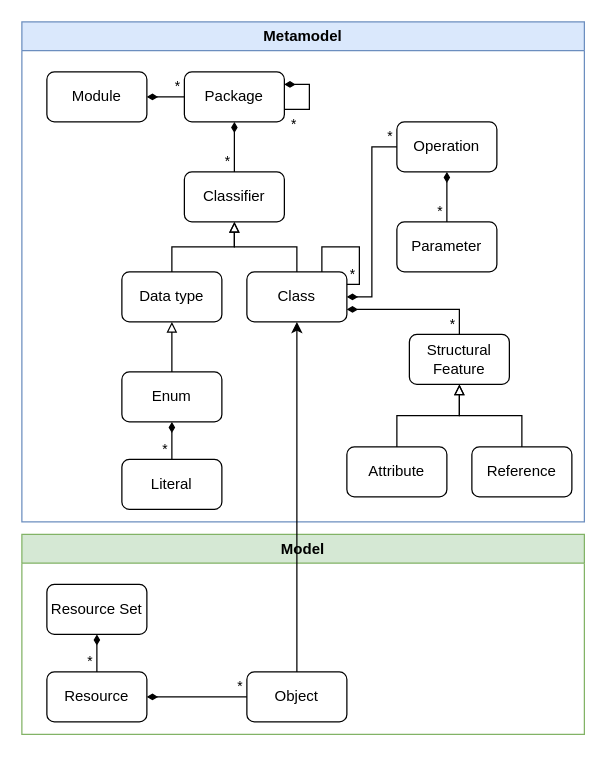
Nasdanika/nasdanika.github.io keeps this draw.io diagram as model/core/mapping/ecore.drawio. Above is the earlier version. Source tidied: cells renumbered, new cells numbered last; positions are measured from the earlier drawing's top-left corner, leaving out a move shared by most shapes. Both pictures are drawn from the tidied source at 125%, with x=0, y=0 at pixel (21, 21).
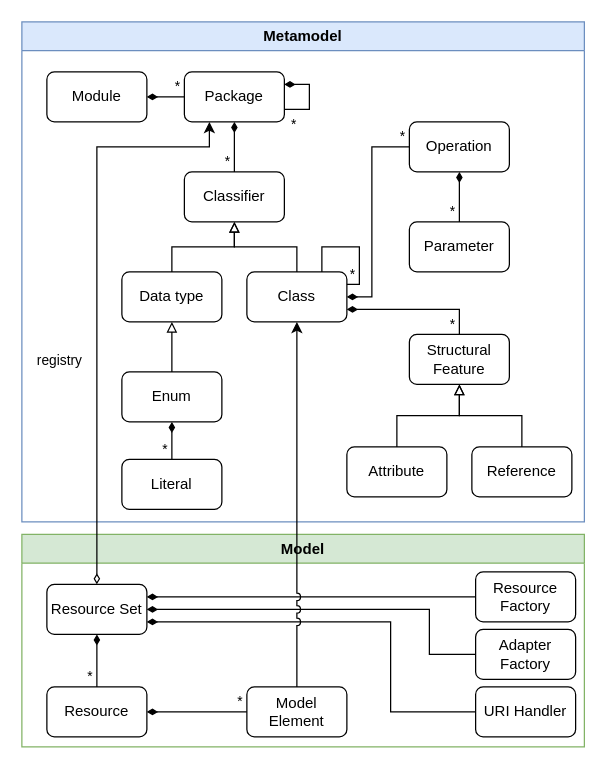
The same page after the edit.

Unchanged cells that the change refers to:
```xml
<mxCell id="2" value="Metamodel" style="swimlane;whiteSpace=wrap;html=1;fillColor=#dae8fc;strokeColor=#6c8ebf;" parent="1" vertex="1">
  <mxGeometry width="450" height="400" as="geometry" />
</mxCell>
<mxCell id="4" value="Package" style="rounded=1;whiteSpace=wrap;html=1;" parent="2" vertex="1">
  <mxGeometry x="130" y="40" width="80" height="40" as="geometry" />
</mxCell>
<mxCell id="6" value="Class" style="rounded=1;whiteSpace=wrap;html=1;" parent="2" vertex="1">
  <mxGeometry x="180" y="200" width="80" height="40" as="geometry" />
</mxCell>
<mxCell id="37" value="Resource Set" style="rounded=1;whiteSpace=wrap;html=1;" parent="36" vertex="1">
  <mxGeometry x="20" y="40" width="80" height="40" as="geometry" />
</mxCell>
```

The edit, as a diff of the source:
```diff
@@
     <mxCell id="28" value="Operation" style="rounded=1;whiteSpace=wrap;html=1;" parent="2" vertex="1">
-      <mxGeometry x="300" y="80" width="80" height="40" as="geometry" />
+      <mxGeometry x="310" y="80" width="80" height="40" as="geometry" />
     </mxCell>
@@
     <mxCell id="31" value="Parameter" style="rounded=1;whiteSpace=wrap;html=1;" parent="2" vertex="1">
-      <mxGeometry x="300" y="160" width="80" height="40" as="geometry" />
+      <mxGeometry x="310" y="160" width="80" height="40" as="geometry" />
     </mxCell>
@@
     <mxCell id="36" value="Model" style="swimlane;whiteSpace=wrap;html=1;fillColor=#d5e8d4;strokeColor=#82b366;" parent="1" vertex="1">
-      <mxGeometry y="410" width="450" height="160" as="geometry" />
+      <mxGeometry y="410" width="450" height="170" as="geometry" />
     </mxCell>
@@
     <mxCell id="38" value="Resource" style="rounded=1;whiteSpace=wrap;html=1;" parent="36" vertex="1">
-      <mxGeometry x="20" y="110" width="80" height="40" as="geometry" />
+      <mxGeometry x="20" y="122" width="80" height="40" as="geometry" />
     </mxCell>
-    <mxCell id="39" value="Object" style="rounded=1;whiteSpace=wrap;html=1;" parent="36" vertex="1">
-      <mxGeometry x="180" y="110" width="80" height="40" as="geometry" />
+    <mxCell id="39" value="Model Element" style="rounded=1;whiteSpace=wrap;html=1;" parent="36" vertex="1">
+      <mxGeometry x="180" y="122" width="80" height="40" as="geometry" />
     </mxCell>
@@
+    <mxCell id="45" value="Resource Factory" style="rounded=1;whiteSpace=wrap;html=1;" parent="36" vertex="1">
+      <mxGeometry x="363" y="30" width="80" height="40" as="geometry" />
+    </mxCell>
+    <mxCell id="46" value="URI Handler" style="rounded=1;whiteSpace=wrap;html=1;" parent="36" vertex="1">
+      <mxGeometry x="363" y="122" width="80" height="40" as="geometry" />
+    </mxCell>
+    <mxCell id="47" style="endArrow=none;html=1;edgeStyle=orthogonalEdgeStyle;rounded=0;startArrow=diamondThin;startFill=1;entryX=0;entryY=0.5;entryDx=0;entryDy=0;exitX=1;exitY=0.75;exitDx=0;exitDy=0;jumpStyle=arc;" parent="36" edge="1" source="37" target="46">
+      <mxGeometry relative="1" as="geometry">
+        <Array as="points">
+          <mxPoint x="295" y="70" />
+          <mxPoint x="295" y="142" />
+        </Array>
+      </mxGeometry>
+    </mxCell>
+    <mxCell id="48" style="endArrow=none;html=1;edgeStyle=orthogonalEdgeStyle;rounded=0;startArrow=diamondThin;startFill=1;entryX=0;entryY=0.5;entryDx=0;entryDy=0;exitX=1;exitY=0.25;exitDx=0;exitDy=0;jumpStyle=arc;" parent="36" edge="1" source="37" target="45">
+      <mxGeometry relative="1" as="geometry" />
+    </mxCell>
+    <mxCell id="49" value="Adapter Factory" style="rounded=1;whiteSpace=wrap;html=1;" parent="36" vertex="1">
+      <mxGeometry x="363" y="76" width="80" height="40" as="geometry" />
+    </mxCell>
+    <mxCell id="50" style="endArrow=none;html=1;edgeStyle=orthogonalEdgeStyle;rounded=0;startArrow=diamondThin;startFill=1;entryX=0;entryY=0.5;entryDx=0;entryDy=0;exitX=1;exitY=0.5;exitDx=0;exitDy=0;jumpStyle=arc;" parent="36" edge="1" source="37" target="49">
+      <mxGeometry relative="1" as="geometry">
+        <Array as="points">
+          <mxPoint x="326" y="60" />
+          <mxPoint x="326" y="96" />
+        </Array>
+      </mxGeometry>
+    </mxCell>
+    <mxCell id="51" value="registry" style="edgeStyle=orthogonalEdgeStyle;rounded=0;jettySize=auto;html=1;entryX=0.25;entryY=1;entryDx=0;entryDy=0;exitX=0.5;exitY=0;exitDx=0;exitDy=0;startArrow=diamondThin;startFill=0;" parent="1" edge="1" source="37" target="4">
+      <mxGeometry x="-0.22" y="30" relative="1" as="geometry">
+        <Array as="points">
+          <mxPoint x="60" y="100" />
+          <mxPoint x="150" y="100" />
+        </Array>
+      </mxGeometry>
+    </mxCell>
-    <mxCell id="44" style="edgeStyle=orthogonalEdgeStyle;rounded=0;jettySize=auto;html=1;entryX=0.5;entryY=1;entryDx=0;entryDy=0;" parent="1" edge="1" source="39" target="6">
+    <mxCell id="44" style="edgeStyle=orthogonalEdgeStyle;rounded=0;jettySize=auto;html=1;entryX=0.5;entryY=1;entryDx=0;entryDy=0;jumpStyle=arc;" parent="1" edge="1" source="39" target="6">
       <mxGeometry relative="1" as="geometry" />
     </mxCell>
```
